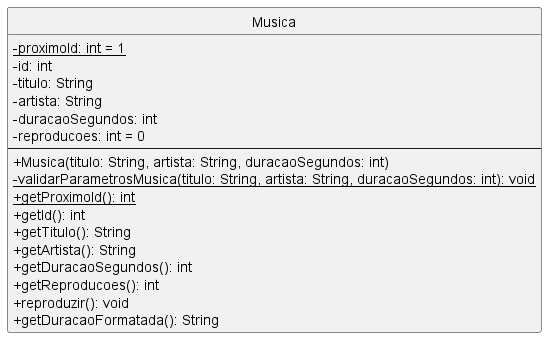
Before: docs/models/Musica.png, a diagram exported from PlantUML (viictor-h-amaral/FaculBCC).
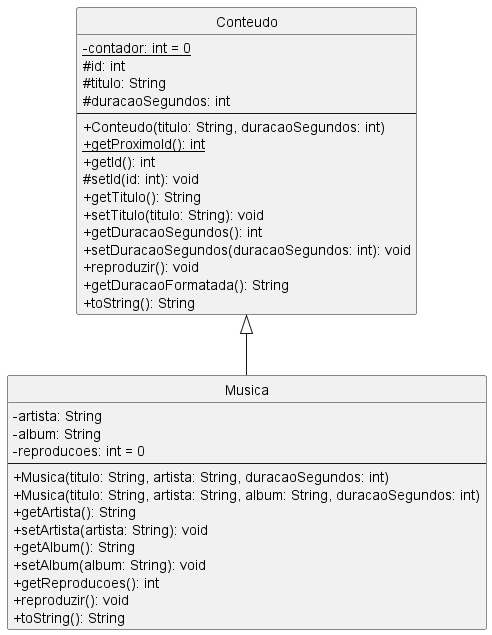
After the change.

Change to the diagram source:
```diff
@@ -2,24 +2,39 @@
 skinparam classAttributeIconSize 0
 hide circle
 
-class Musica {
-  -{static} proximoId: int = 1
-  -id: int
-  -titulo: String
+class Conteudo {
+  -{static} contador: int = 0
+  #id: int
+  #titulo: String
+  #duracaoSegundos: int
+  --
+  +Conteudo(titulo: String, duracaoSegundos: int)
+  +{static} getProximoId(): int
+  +getId(): int
+  #setId(id: int): void
+  +getTitulo(): String
+  +setTitulo(titulo: String): void
+  +getDuracaoSegundos(): int
+  +setDuracaoSegundos(duracaoSegundos: int): void
+  +reproduzir(): void
+  +getDuracaoFormatada(): String
+  +toString(): String
+}
+
+class Musica extends Conteudo {
   -artista: String
-  -duracaoSegundos: int
+  -album: String
   -reproducoes: int = 0
   --
   +Musica(titulo: String, artista: String, duracaoSegundos: int)
-  -{static} validarParametrosMusica(titulo: String, artista: String, duracaoSegundos: int): void
-  +{static} getProximoId(): int
-  +getId(): int
-  +getTitulo(): String
+  +Musica(titulo: String, artista: String, album: String, duracaoSegundos: int)
   +getArtista(): String
-  +getDuracaoSegundos(): int
+  +setArtista(artista: String): void
+  +getAlbum(): String
+  +setAlbum(album: String): void
   +getReproducoes(): int
   +reproduzir(): void
-  +getDuracaoFormatada(): String
+  +toString(): String
 }
 
 @enduml
```
